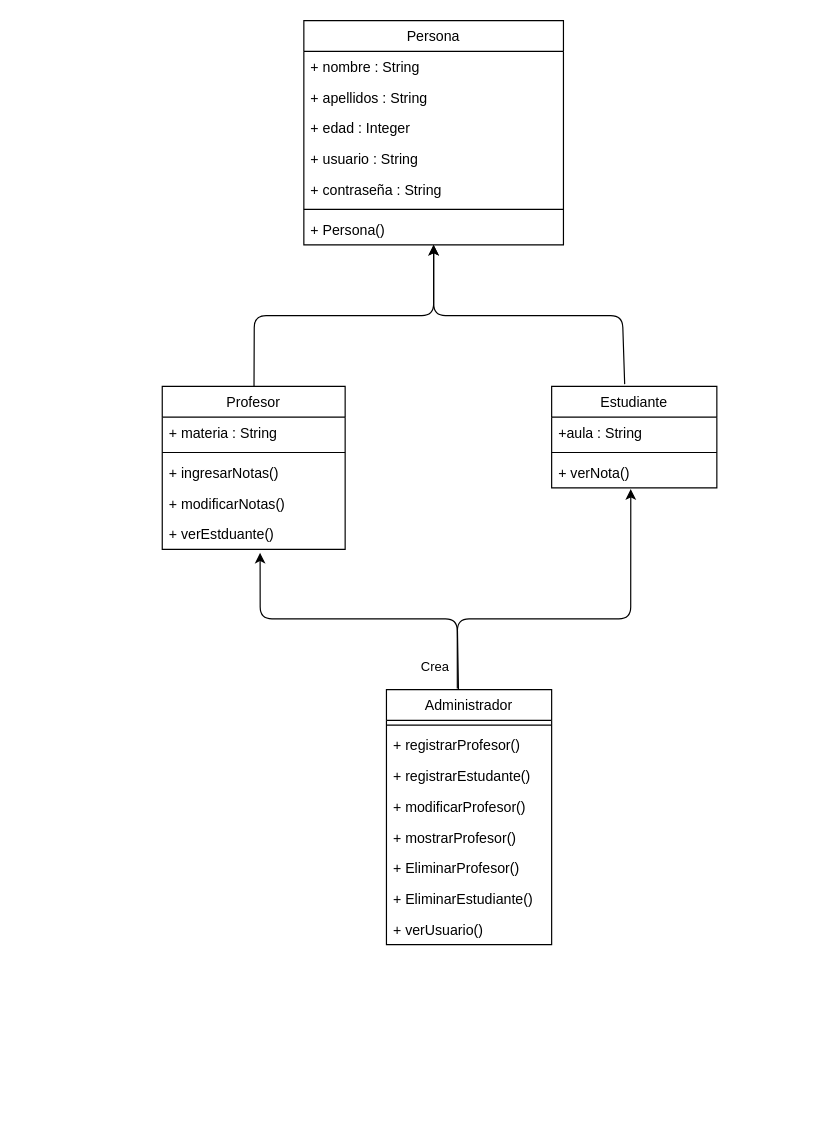
Before: DC.drawio in rodrigogz64/NotasV2, a draw.io diagram. Source tidied: cells renumbered, new cells numbered last; positions are measured from the earlier drawing's top-left corner, leaving out a move shared by most shapes. Both pictures are drawn from the tidied source at 118%, with x=0, y=0 at pixel (162, 20).
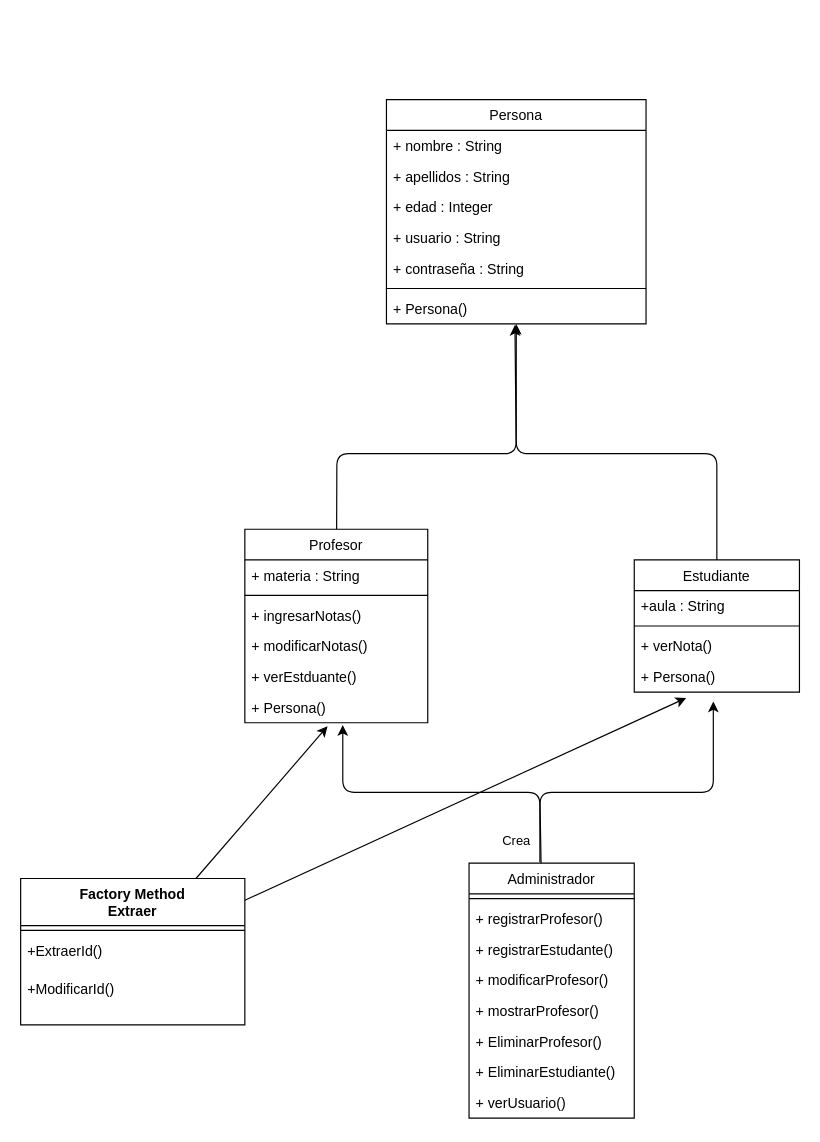
After the change.

Change to the diagram source:
```diff
@@
-    <mxCell id="2" style="edgeStyle=none;html=1;entryX=0.535;entryY=1.115;entryDx=0;entryDy=0;entryPerimeter=0;exitX=0.429;exitY=-0.005;exitDx=0;exitDy=0;exitPerimeter=0;" parent="1" edge="1" source="5" target="20">
-      <mxGeometry relative="1" as="geometry">
-        <Array as="points">
-          <mxPoint x="250" y="507" />
-          <mxPoint x="83" y="507" />
-        </Array>
-      </mxGeometry>
-    </mxCell>
-    <mxCell id="3" value="Crea" style="edgeLabel;html=1;align=center;verticalAlign=middle;" parent="2" vertex="1">
-      <mxGeometry x="-0.28" y="-1" relative="1" as="geometry">
-        <mxPoint x="23" y="41" as="offset" />
-      </mxGeometry>
-    </mxCell>
-    <mxCell id="4" style="edgeStyle=none;html=1;entryX=0.479;entryY=1.038;entryDx=0;entryDy=0;entryPerimeter=0;exitX=0.436;exitY=0;exitDx=0;exitDy=0;exitPerimeter=0;" parent="1" edge="1" source="5" target="25">
-      <mxGeometry relative="1" as="geometry">
-        <Array as="points">
-          <mxPoint x="250" y="507" />
-          <mxPoint x="397" y="507" />
-        </Array>
-      </mxGeometry>
-    </mxCell>
-    <mxCell id="5" value="Administrador" style="swimlane;fontStyle=0;horizontal=1;startSize=26;fillColor=none;" parent="1" vertex="1">
-      <mxGeometry x="190" y="567" width="140" height="216" as="geometry" />
-    </mxCell>
-    <mxCell id="6" style="line;strokeWidth=1;fillColor=none;align=left;verticalAlign=middle;spacingTop=-1;spacingLeft=3;spacingRight=3;labelPosition=right;" parent="5" vertex="1">
-      <mxGeometry y="26" width="140" height="8" as="geometry" />
-    </mxCell>
-    <mxCell id="7" value="+ registrarProfesor()" style="text;strokeColor=none;fillColor=none;align=left;verticalAlign=top;spacingLeft=4;spacingRight=4;overflow=hidden;" parent="5" vertex="1">
-      <mxGeometry y="34" width="140" height="26" as="geometry" />
-    </mxCell>
-    <mxCell id="8" value="+ registrarEstudante()" style="text;strokeColor=none;fillColor=none;align=left;verticalAlign=top;spacingLeft=4;spacingRight=4;overflow=hidden;" parent="5" vertex="1">
-      <mxGeometry y="60" width="140" height="26" as="geometry" />
+    <mxCell id="8" style="edgeStyle=none;html=1;exitX=0.429;exitY=-0.005;exitDx=0;exitDy=0;exitPerimeter=0;" parent="1" edge="1" source="11">
+      <mxGeometry relative="1" as="geometry">
+        <mxPoint x="153" y="597" as="targetPoint" />
+        <Array as="points">
+          <mxPoint x="320" y="654" />
+          <mxPoint x="153" y="654" />
+        </Array>
+      </mxGeometry>
     </mxCell>
-    <mxCell id="9" value="+ modificarProfesor()" style="text;strokeColor=none;fillColor=none;align=left;verticalAlign=top;spacingLeft=4;spacingRight=4;overflow=hidden;" parent="5" vertex="1">
-      <mxGeometry y="86" width="140" height="26" as="geometry" />
-    </mxCell>
-    <mxCell id="10" value="+ mostrarProfesor()" style="text;strokeColor=none;fillColor=none;align=left;verticalAlign=top;spacingLeft=4;spacingRight=4;overflow=hidden;" parent="5" vertex="1">
-      <mxGeometry y="112" width="140" height="26" as="geometry" />
-    </mxCell>
+    <mxCell id="34" value="Crea" style="edgeLabel;html=1;align=center;verticalAlign=middle;" parent="8" vertex="1">
+      <mxGeometry x="-0.28" y="-1" relative="1" as="geometry">
+        <mxPoint x="23" y="41" as="offset" />
+      </mxGeometry>
+    </mxCell>
+    <mxCell id="35" style="edgeStyle=none;html=1;exitX=0.436;exitY=0;exitDx=0;exitDy=0;exitPerimeter=0;" parent="1" edge="1" source="11">
+      <mxGeometry relative="1" as="geometry">
+        <mxPoint x="467" y="577" as="targetPoint" />
+        <Array as="points">
+          <mxPoint x="320" y="654" />
+          <mxPoint x="467" y="654" />
+        </Array>
+      </mxGeometry>
+    </mxCell>
-    <mxCell id="11" value="+ EliminarProfesor()" style="text;strokeColor=none;fillColor=none;align=left;verticalAlign=top;spacingLeft=4;spacingRight=4;overflow=hidden;points=[[0,0.5],[1,0.5]];portConstraint=eastwest;" parent="5" vertex="1">
-      <mxGeometry y="138" width="140" height="26" as="geometry" />
+    <mxCell id="11" value="Administrador" style="swimlane;fontStyle=0;horizontal=1;startSize=26;fillColor=none;" parent="1" vertex="1">
+      <mxGeometry x="260" y="714" width="140" height="216" as="geometry" />
     </mxCell>
-    <mxCell id="12" value="+ EliminarEstudiante()" style="text;strokeColor=none;fillColor=none;align=left;verticalAlign=top;spacingLeft=4;spacingRight=4;overflow=hidden;" parent="5" vertex="1">
-      <mxGeometry y="164" width="140" height="26" as="geometry" />
+    <mxCell id="12" style="line;strokeWidth=1;fillColor=none;align=left;verticalAlign=middle;spacingTop=-1;spacingLeft=3;spacingRight=3;labelPosition=right;" parent="11" vertex="1">
+      <mxGeometry y="26" width="140" height="8" as="geometry" />
     </mxCell>
-    <mxCell id="13" value="+ verUsuario()" style="text;strokeColor=none;fillColor=none;align=left;verticalAlign=top;spacingLeft=4;spacingRight=4;overflow=hidden;" parent="5" vertex="1">
-      <mxGeometry y="190" width="140" height="26" as="geometry" />
-    </mxCell>
+    <mxCell id="25" value="+ registrarProfesor()" style="text;strokeColor=none;fillColor=none;align=left;verticalAlign=top;spacingLeft=4;spacingRight=4;overflow=hidden;points=[[0,0.5],[1,0.5]];portConstraint=eastwest;" parent="11" vertex="1">
+      <mxGeometry y="34" width="140" height="26" as="geometry" />
+    </mxCell>
-    <mxCell id="14" style="edgeStyle=none;html=1;" parent="1" edge="1" source="15">
-      <mxGeometry relative="1" as="geometry">
-        <mxPoint x="230" y="190" as="targetPoint" />
-        <Array as="points">
-          <mxPoint x="78" y="250" />
-          <mxPoint x="230" y="250" />
-        </Array>
-      </mxGeometry>
+    <mxCell id="14" value="+ registrarEstudante()" style="text;strokeColor=none;fillColor=none;align=left;verticalAlign=top;spacingLeft=4;spacingRight=4;overflow=hidden;" parent="11" vertex="1">
+      <mxGeometry y="60" width="140" height="26" as="geometry" />
     </mxCell>
-    <mxCell id="15" value="Profesor" style="swimlane;fontStyle=0;horizontal=1;startSize=26;fillColor=none;" parent="1" vertex="1">
-      <mxGeometry y="310" width="155" height="138" as="geometry" />
-    </mxCell>
-    <mxCell id="16" value="+ materia : String" style="text;strokeColor=none;fillColor=none;align=left;verticalAlign=top;spacingLeft=4;spacingRight=4;overflow=hidden;" parent="15" vertex="1">
-      <mxGeometry y="26" width="155" height="26" as="geometry" />
-    </mxCell>
+    <mxCell id="21" value="+ modificarProfesor()" style="text;strokeColor=none;fillColor=none;align=left;verticalAlign=top;spacingLeft=4;spacingRight=4;overflow=hidden;" parent="11" vertex="1">
+      <mxGeometry y="86" width="140" height="26" as="geometry" />
+    </mxCell>
+    <mxCell id="10" value="+ mostrarProfesor()" style="text;strokeColor=none;fillColor=none;align=left;verticalAlign=top;spacingLeft=4;spacingRight=4;overflow=hidden;" parent="11" vertex="1">
+      <mxGeometry y="112" width="140" height="26" as="geometry" />
+    </mxCell>
+    <mxCell id="36" value="+ EliminarProfesor()" style="text;strokeColor=none;fillColor=none;align=left;verticalAlign=top;spacingLeft=4;spacingRight=4;overflow=hidden;" parent="11" vertex="1">
+      <mxGeometry y="138" width="140" height="26" as="geometry" />
+    </mxCell>
+    <mxCell id="37" value="+ EliminarEstudiante()" style="text;strokeColor=none;fillColor=none;align=left;verticalAlign=top;spacingLeft=4;spacingRight=4;overflow=hidden;" parent="11" vertex="1">
+      <mxGeometry y="164" width="140" height="26" as="geometry" />
+    </mxCell>
+    <mxCell id="33" value="+ verUsuario()" style="text;strokeColor=none;fillColor=none;align=left;verticalAlign=top;spacingLeft=4;spacingRight=4;overflow=hidden;" parent="11" vertex="1">
+      <mxGeometry y="190" width="140" height="26" as="geometry" />
+    </mxCell>
+    <mxCell id="2" style="edgeStyle=none;html=1;entryX=0.495;entryY=1.038;entryDx=0;entryDy=0;entryPerimeter=0;" parent="1" edge="1" source="4" target="42">
+      <mxGeometry relative="1" as="geometry">
+        <Array as="points">
+          <mxPoint x="148" y="367" />
+          <mxPoint x="300" y="367" />
+        </Array>
+      </mxGeometry>
+    </mxCell>
+    <mxCell id="4" value="Profesor" style="swimlane;fontStyle=0;horizontal=1;startSize=26;fillColor=none;" parent="1" vertex="1">
+      <mxGeometry x="70" y="431" width="155" height="164" as="geometry" />
+    </mxCell>
+    <mxCell id="3" value="+ materia : String" style="text;strokeColor=none;fillColor=none;align=left;verticalAlign=top;spacingLeft=4;spacingRight=4;overflow=hidden;" parent="4" vertex="1">
+      <mxGeometry y="26" width="155" height="26" as="geometry" />
+    </mxCell>
-    <mxCell id="17" style="line;strokeWidth=1;fillColor=none;align=left;verticalAlign=middle;spacingTop=-1;spacingLeft=3;spacingRight=3;labelPosition=right;" parent="15" vertex="1">
+    <mxCell id="17" style="line;strokeWidth=1;fillColor=none;align=left;verticalAlign=middle;spacingTop=-1;spacingLeft=3;spacingRight=3;labelPosition=right;" parent="4" vertex="1">
       <mxGeometry y="52" width="155" height="8" as="geometry" />
     </mxCell>
-    <mxCell id="18" value="+ ingresarNotas()" style="text;strokeColor=none;fillColor=none;align=left;verticalAlign=top;spacingLeft=4;spacingRight=4;overflow=hidden;" parent="15" vertex="1">
+    <mxCell id="18" value="+ ingresarNotas()" style="text;strokeColor=none;fillColor=none;align=left;verticalAlign=top;spacingLeft=4;spacingRight=4;overflow=hidden;" parent="4" vertex="1">
       <mxGeometry y="60" width="155" height="26" as="geometry" />
     </mxCell>
-    <mxCell id="19" value="+ modificarNotas()" style="text;strokeColor=none;fillColor=none;align=left;verticalAlign=top;spacingLeft=4;spacingRight=4;overflow=hidden;" parent="15" vertex="1">
+    <mxCell id="19" value="+ modificarNotas()" style="text;strokeColor=none;fillColor=none;align=left;verticalAlign=top;spacingLeft=4;spacingRight=4;overflow=hidden;" parent="4" vertex="1">
       <mxGeometry y="86" width="155" height="26" as="geometry" />
     </mxCell>
-    <mxCell id="20" value="+ verEstduante()" style="text;strokeColor=none;fillColor=none;align=left;verticalAlign=top;spacingLeft=4;spacingRight=4;overflow=hidden;points=[[0,0.5],[1,0.5]];portConstraint=eastwest;" parent="15" vertex="1">
+    <mxCell id="20" value="+ verEstduante()" style="text;strokeColor=none;fillColor=none;align=left;verticalAlign=top;spacingLeft=4;spacingRight=4;overflow=hidden;points=[[0,0.5],[1,0.5]];portConstraint=eastwest;" parent="4" vertex="1">
       <mxGeometry y="112" width="155" height="26" as="geometry" />
     </mxCell>
-    <mxCell id="21" style="edgeStyle=none;html=1;exitX=0.442;exitY=-0.023;exitDx=0;exitDy=0;exitPerimeter=0;" parent="1" edge="1" source="22">
-      <mxGeometry relative="1" as="geometry">
-        <mxPoint x="230" y="190" as="targetPoint" />
-        <Array as="points">
-          <mxPoint x="390" y="250" />
-          <mxPoint x="230" y="250" />
-        </Array>
-      </mxGeometry>
-    </mxCell>
+    <mxCell id="38" value="+ Persona()" style="text;strokeColor=none;fillColor=none;align=left;verticalAlign=top;spacingLeft=4;spacingRight=4;overflow=hidden;points=[[0,0.5],[1,0.5]];portConstraint=eastwest;" parent="4" vertex="1">
+      <mxGeometry y="138" width="155" height="26" as="geometry" />
+    </mxCell>
+    <mxCell id="39" style="edgeStyle=none;html=1;" parent="1" edge="1" source="22">
+      <mxGeometry relative="1" as="geometry">
+        <mxPoint x="300" y="257" as="targetPoint" />
+        <Array as="points">
+          <mxPoint x="470" y="367" />
+          <mxPoint x="300" y="367" />
+        </Array>
+      </mxGeometry>
+    </mxCell>
     <mxCell id="22" value="Estudiante" style="swimlane;fontStyle=0;horizontal=1;startSize=26;fillColor=none;" parent="1" vertex="1">
-      <mxGeometry x="330" y="310" width="140" height="86" as="geometry" />
+      <mxGeometry x="400" y="457" width="140" height="112" as="geometry" />
     </mxCell>
@@
-    <mxCell id="25" value="+ verNota()" style="text;strokeColor=none;fillColor=none;align=left;verticalAlign=top;spacingLeft=4;spacingRight=4;overflow=hidden;points=[[0,0.5],[1,0.5]];portConstraint=eastwest;" parent="22" vertex="1">
-      <mxGeometry y="60" width="140" height="26" as="geometry" />
-    </mxCell>
+    <mxCell id="40" value="+ verNota()" style="text;strokeColor=none;fillColor=none;align=left;verticalAlign=top;spacingLeft=4;spacingRight=4;overflow=hidden;" parent="22" vertex="1">
+      <mxGeometry y="60" width="140" height="26" as="geometry" />
+    </mxCell>
+    <mxCell id="41" value="+ Persona()" style="text;strokeColor=none;fillColor=none;align=left;verticalAlign=top;spacingLeft=4;spacingRight=4;overflow=hidden;points=[[0,0.5],[1,0.5]];portConstraint=eastwest;" parent="22" vertex="1">
+      <mxGeometry y="86" width="140" height="26" as="geometry" />
+    </mxCell>
     <mxCell id="26" value="Persona" style="swimlane;fontStyle=0;horizontal=1;startSize=26;fillColor=none;" parent="1" vertex="1">
-      <mxGeometry x="120" width="220" height="190" as="geometry" />
+      <mxGeometry x="190" y="67" width="220" height="190" as="geometry" />
     </mxCell>
@@
-    <mxCell id="33" value="+ Persona()" style="text;strokeColor=none;fillColor=none;align=left;verticalAlign=top;spacingLeft=4;spacingRight=4;overflow=hidden;" parent="26" vertex="1">
-      <mxGeometry y="164" width="220" height="26" as="geometry" />
-    </mxCell>
+    <mxCell id="42" value="+ Persona()" style="text;strokeColor=none;fillColor=none;align=left;verticalAlign=top;spacingLeft=4;spacingRight=4;overflow=hidden;points=[[0,0.5],[1,0.5]];portConstraint=eastwest;" parent="26" vertex="1">
+      <mxGeometry y="164" width="220" height="26" as="geometry" />
+    </mxCell>
+    <mxCell id="43" style="edgeStyle=none;html=1;entryX=0.452;entryY=1.115;entryDx=0;entryDy=0;entryPerimeter=0;" parent="1" edge="1" source="45" target="38">
+      <mxGeometry relative="1" as="geometry" />
+    </mxCell>
+    <mxCell id="44" style="edgeStyle=none;html=1;entryX=0.314;entryY=1.192;entryDx=0;entryDy=0;entryPerimeter=0;" parent="1" edge="1" source="45" target="41">
+      <mxGeometry relative="1" as="geometry" />
+    </mxCell>
+    <mxCell id="45" value="Factory Method&#10;Extraer" style="swimlane;fontStyle=1;align=center;verticalAlign=top;horizontal=1;startSize=40;" parent="1" vertex="1">
+      <mxGeometry x="-120" y="727" width="190" height="124" as="geometry" />
+    </mxCell>
+    <mxCell id="46" style="line;strokeWidth=1;fillColor=none;align=left;verticalAlign=middle;spacingTop=-1;spacingLeft=3;spacingRight=3;labelPosition=right;" parent="45" vertex="1">
+      <mxGeometry y="40" width="190" height="8" as="geometry" />
+    </mxCell>
+    <mxCell id="47" value="+ExtraerId()" style="text;strokeColor=none;fillColor=none;align=left;verticalAlign=top;spacingLeft=4;spacingRight=4;overflow=hidden;" parent="45" vertex="1">
+      <mxGeometry y="48" width="190" height="32" as="geometry" />
+    </mxCell>
+    <mxCell id="48" value="+ModificarId()" style="text;strokeColor=none;fillColor=none;align=left;verticalAlign=top;spacingLeft=4;spacingRight=4;overflow=hidden;" parent="45" vertex="1">
+      <mxGeometry y="80" width="190" height="44" as="geometry" />
+    </mxCell>
```
